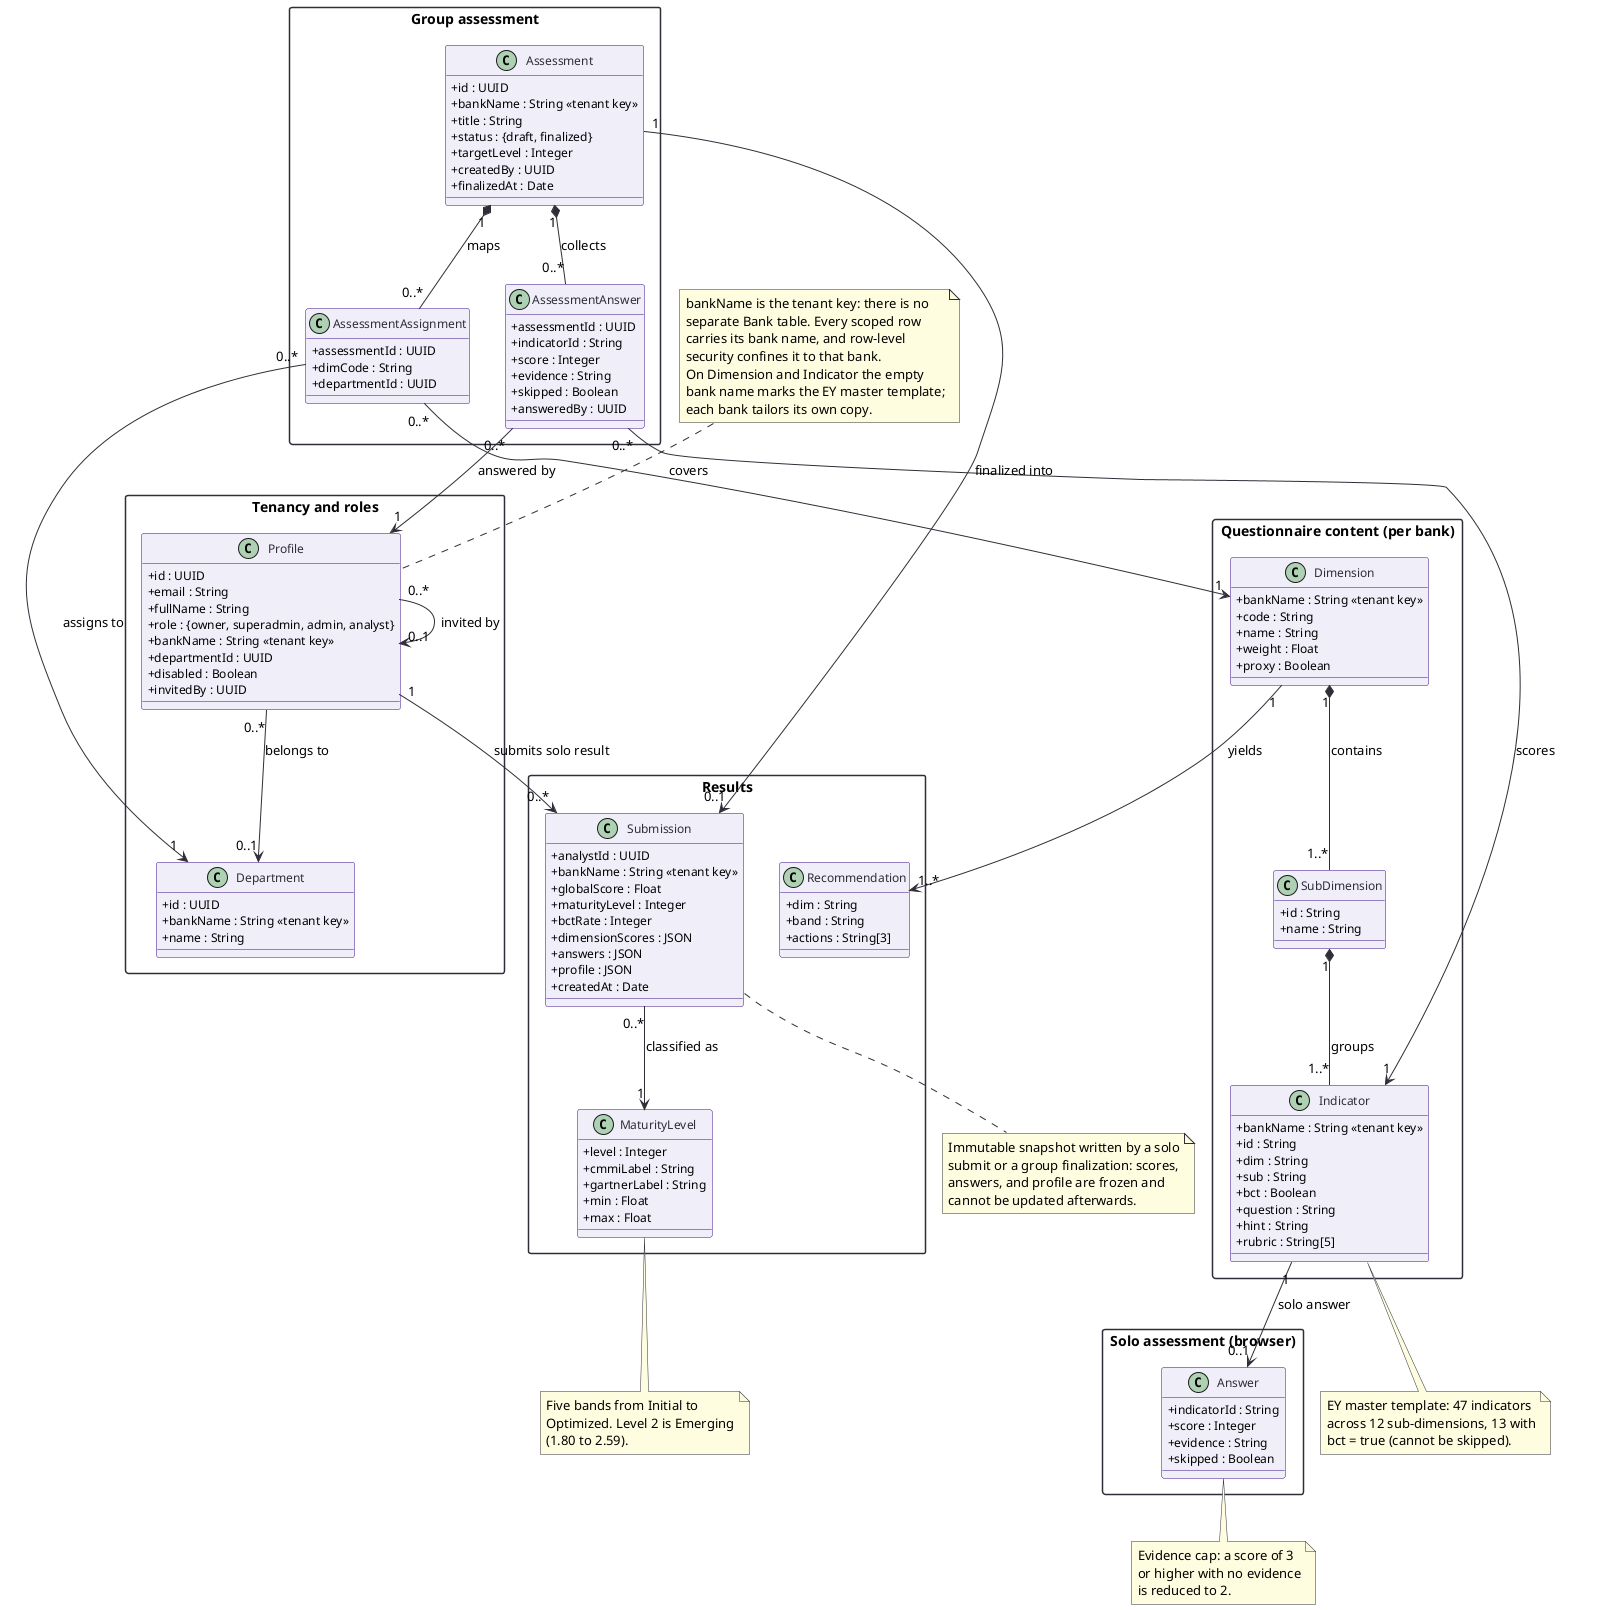
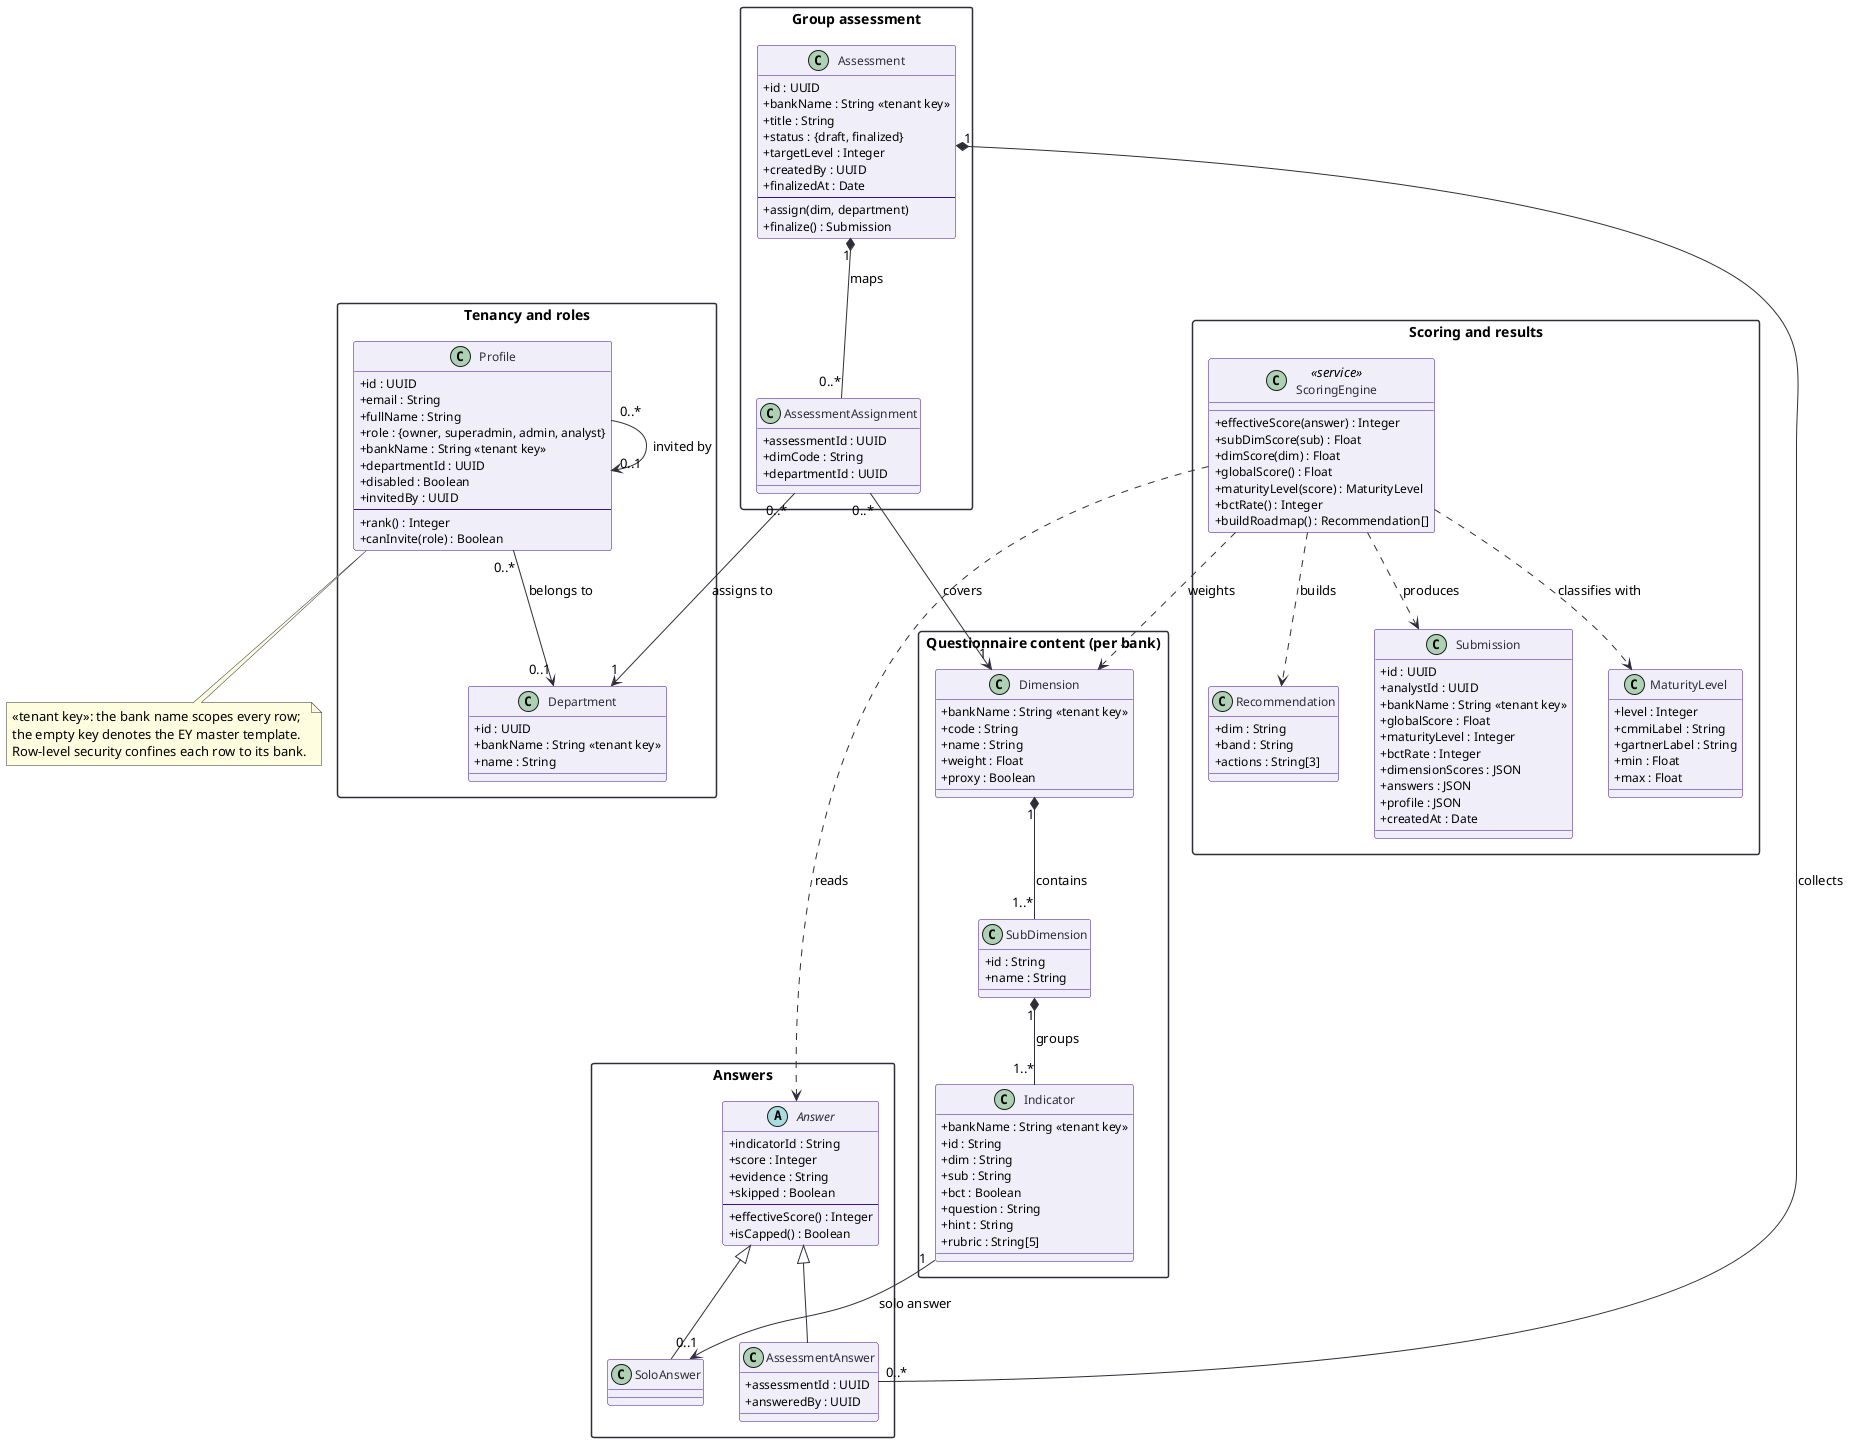
@startuml class-model
skinparam backgroundColor white
skinparam defaultFontSize 13
skinparam classFontSize 13
skinparam classAttributeFontSize 12
skinparam classBackgroundColor #F0EEF8
skinparam classBorderColor #3D108A
skinparam classArrowColor #2E2E38
skinparam classFontColor #2E2E38
skinparam classAttributeIconSize 0
skinparam noteBackgroundColor #FFFDE0
skinparam noteBorderColor #2E2E38
skinparam packageStyle rectangle
skinparam packageBorderColor #2E2E38
skinparam packageFontSize 14
skinparam packageFontStyle bold
skinparam shadowing false

- 
package "Tenancy and roles" {
  class Profile {
    +id : UUID
    +email : String
    +fullName : String
    +role : {owner, superadmin, admin, analyst}
    +bankName : String <<tenant key>>
    +departmentId : UUID
    +disabled : Boolean
    +invitedBy : UUID
+     --
+     +rank() : Integer
+     +canInvite(role) : Boolean
  }

  class Department {
    +id : UUID
    +bankName : String <<tenant key>>
    +name : String
  }
}

package "Questionnaire content (per bank)" {
  class Dimension {
    +bankName : String <<tenant key>>
    +code : String
    +name : String
    +weight : Float
    +proxy : Boolean
  }

  class SubDimension {
    +id : String
    +name : String
  }

  class Indicator {
    +bankName : String <<tenant key>>
    +id : String
    +dim : String
    +sub : String
    +bct : Boolean
    +question : String
    +hint : String
    +rubric : String[5]
  }
}

+ package "Answers" {
+   abstract class Answer {
+     +indicatorId : String
+     +score : Integer
+     +evidence : String
+     +skipped : Boolean
+     --
+     +effectiveScore() : Integer
+     +isCapped() : Boolean
+   }
+ 
+   class SoloAnswer {
+   }
+ 
+   class AssessmentAnswer {
+     +assessmentId : UUID
+     +answeredBy : UUID
+   }
+ }
+ 
package "Group assessment" {
  class Assessment {
    +id : UUID
    +bankName : String <<tenant key>>
    +title : String
    +status : {draft, finalized}
    +targetLevel : Integer
    +createdBy : UUID
    +finalizedAt : Date
+     --
+     +assign(dim, department)
+     +finalize() : Submission
  }

  class AssessmentAssignment {
    +assessmentId : UUID
    +dimCode : String
    +departmentId : UUID
  }
- 
-   class AssessmentAnswer {
-     +assessmentId : UUID
-     +indicatorId : String
-     +score : Integer
-     +evidence : String
-     +skipped : Boolean
-     +answeredBy : UUID
-   }
}

- package "Solo assessment (browser)" {
-   class Answer {
-     +indicatorId : String
-     +score : Integer
-     +evidence : String
-     +skipped : Boolean
+ package "Scoring and results" {
+   class "ScoringEngine" as Engine <<service>> {
+     +effectiveScore(answer) : Integer
+     +subDimScore(sub) : Float
+     +dimScore(dim) : Float
+     +globalScore() : Float
+     +maturityLevel(score) : MaturityLevel
+     +bctRate() : Integer
+     +buildRoadmap() : Recommendation[]
  }
- }

- package "Results" {
  class Submission {
+     +id : UUID
    +analystId : UUID
    +bankName : String <<tenant key>>
    +globalScore : Float
    +maturityLevel : Integer
    +bctRate : Integer
    +dimensionScores : JSON
    +answers : JSON
    +profile : JSON
    +createdAt : Date
  }

  class MaturityLevel {
    +level : Integer
    +cmmiLabel : String
    +gartnerLabel : String
    +min : Float
    +max : Float
  }

  class Recommendation {
    +dim : String
    +band : String
    +actions : String[3]
  }
}

+ ' --- Generalization (inheritance) ---
+ Answer <|-- SoloAnswer
+ Answer <|-- AssessmentAnswer
+ 
+ ' --- Associations and multiplicities ---
Profile "0..*" --> "0..1" Department : belongs to
Profile "0..*" --> "0..1" Profile : invited by

+ ' --- Composition (whole owns its parts) ---
Dimension "1" *-- "1..*" SubDimension : contains
SubDimension "1" *-- "1..*" Indicator : groups

- Indicator "1" --> "0..1" Answer : solo answer
- 
+ Indicator "1" --> "0..1" SoloAnswer : solo answer
Assessment "1" *-- "0..*" AssessmentAssignment : maps
AssessmentAssignment "0..*" --> "1" Department : assigns to
AssessmentAssignment "0..*" --> "1" Dimension : covers
Assessment "1" *-- "0..*" AssessmentAnswer : collects
- AssessmentAnswer "0..*" --> "1" Indicator : scores
- AssessmentAnswer "0..*" --> "1" Profile : answered by

- Assessment "1" --> "0..1" Submission : finalized into
- Profile "1" --> "0..*" Submission : submits solo result
- Submission "0..*" --> "1" MaturityLevel : classified as
- Dimension "1" --> "1..*" Recommendation : yields
+ ' --- Dependencies of the scoring service ---
+ Engine ..> Answer : reads
+ Engine ..> Dimension : weights
+ Engine ..> Submission : produces
+ Engine ..> MaturityLevel : classifies with
+ Engine ..> Recommendation : builds

- note as NTenant
-   bankName is the tenant key: there is no
-   separate Bank table. Every scoped row
-   carries its bank name, and row-level
-   security confines it to that bank.
-   On Dimension and Indicator the empty
-   bank name marks the EY master template;
-   each bank tailors its own copy.
- end note
- NTenant .. Profile
- 
- note bottom of Indicator
-   EY master template: 47 indicators
-   across 12 sub-dimensions, 13 with
-   bct = true (cannot be skipped).
- end note
- 
- note bottom of Answer
-   Evidence cap: a score of 3
-   or higher with no evidence
-   is reduced to 2.
- end note
- 
- note bottom of Submission
-   Immutable snapshot written by a solo
-   submit or a group finalization: scores,
-   answers, and profile are frozen and
-   cannot be updated afterwards.
- end note
- 
- note bottom of MaturityLevel
-   Five bands from Initial to
-   Optimized. Level 2 is Emerging
-   (1.80 to 2.59).
+ note bottom of Profile
+   <<tenant key>>: the bank name scopes every row;
+   the empty key denotes the EY master template.
+   Row-level security confines each row to its bank.
end note

@enduml
